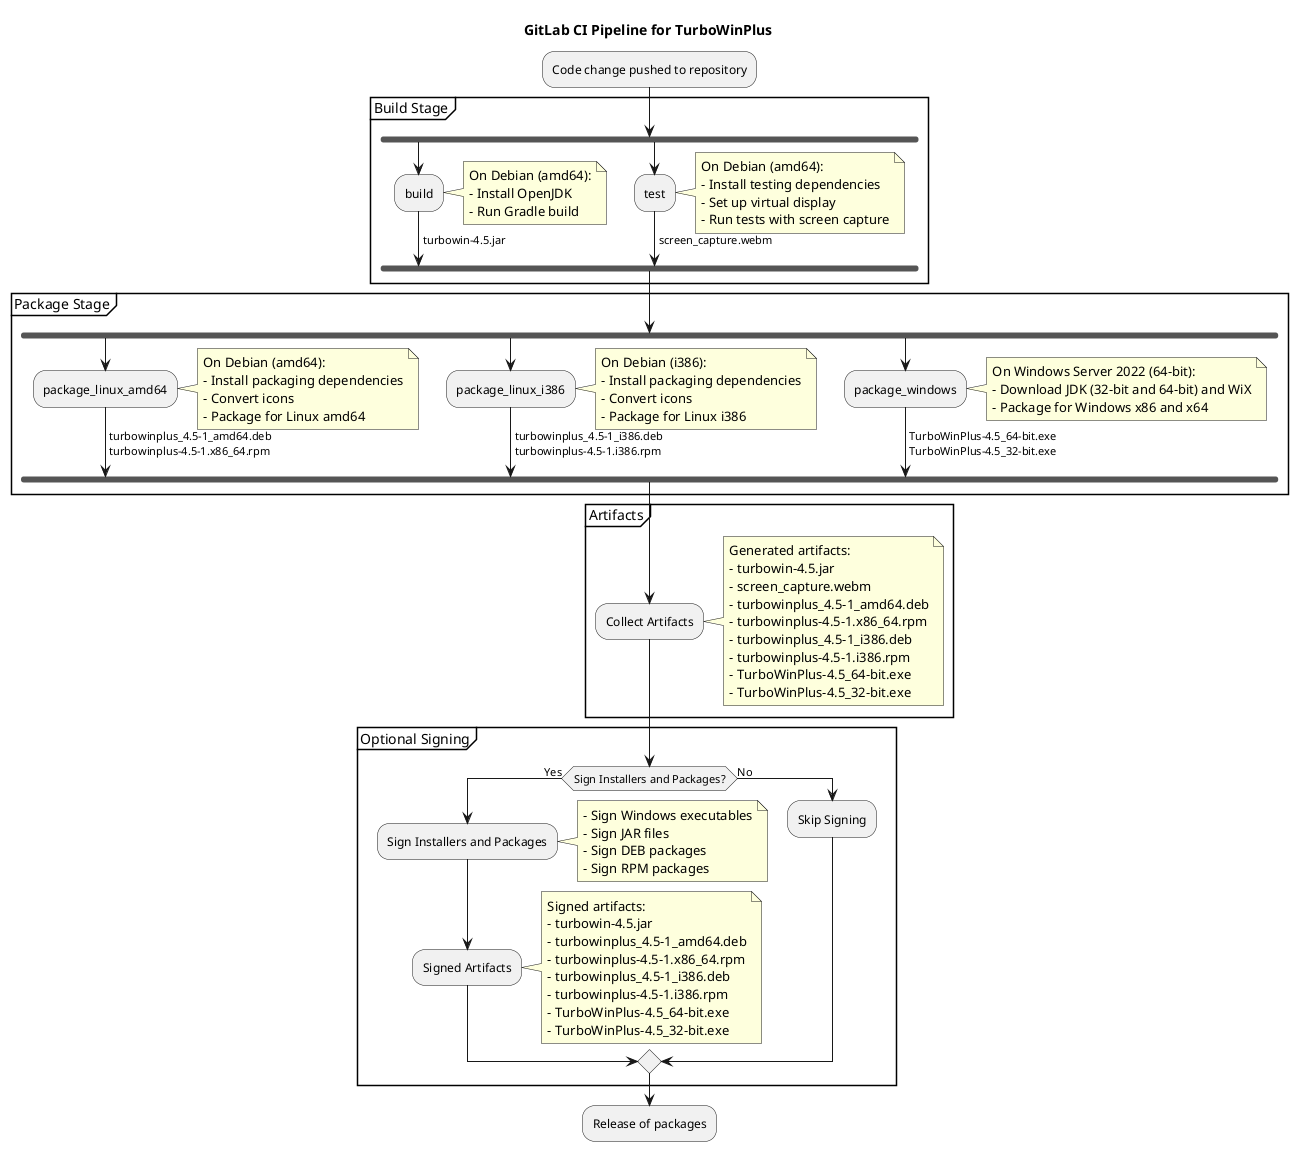
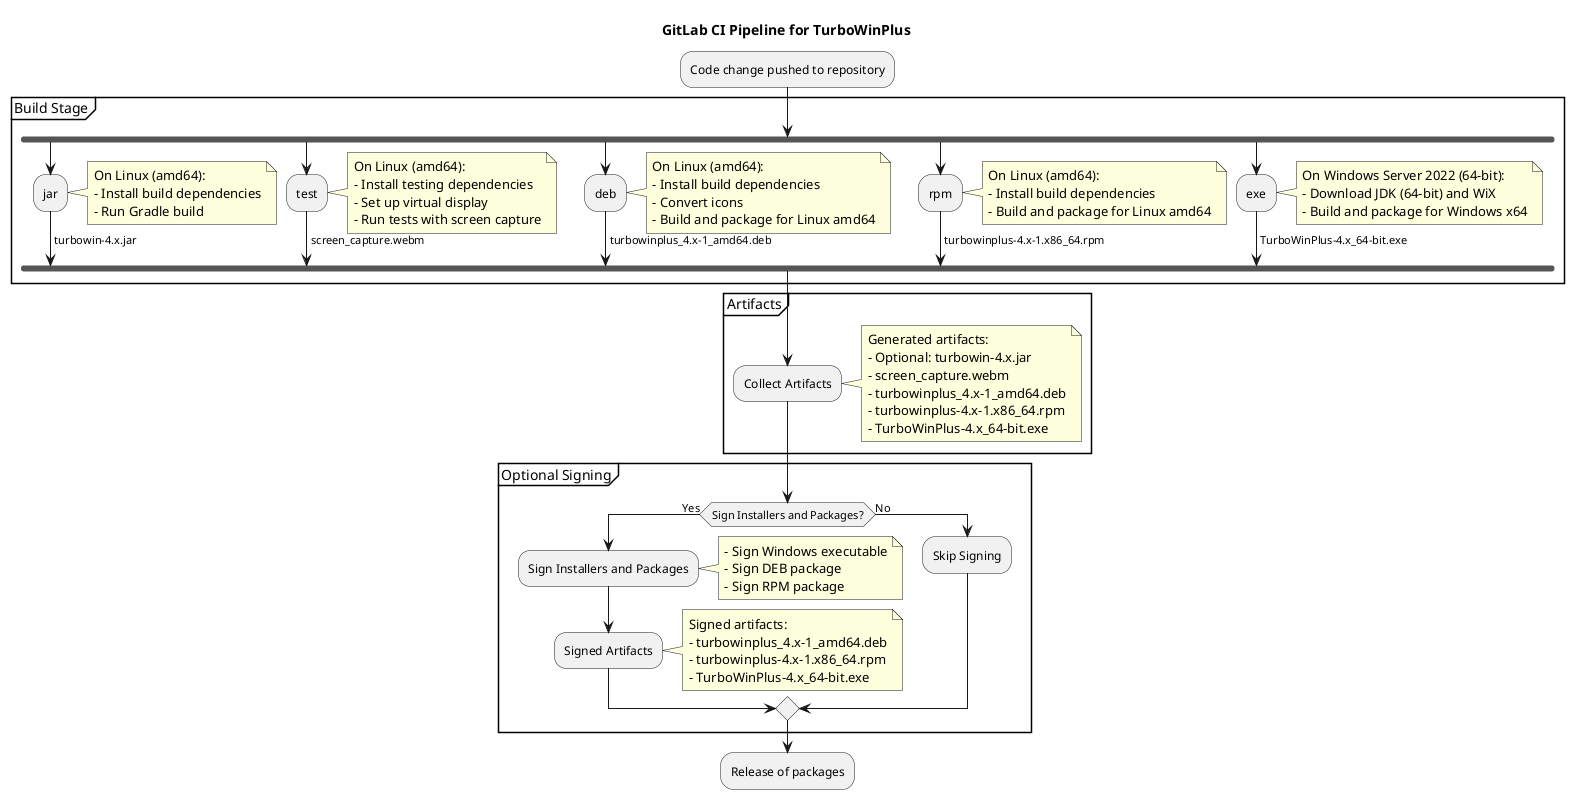
@startuml
skinparam rectangle {
    BackgroundColor<<Build Stage>> LightBlue
-     BackgroundColor<<Package Stage>> LightGreen
    BackgroundColor<<Artifacts>> LightYellow
    BackgroundColor<<Optional Signing>> LightGray
}

title GitLab CI Pipeline for TurboWinPlus

:Code change pushed to repository;

partition "Build Stage" <<Build Stage>> {
    fork
-         :build;
+         :jar;
        note right
-             On Debian (amd64):
-             - Install OpenJDK
+             On Linux (amd64):
+             - Install build dependencies
            - Run Gradle build
        end note
-         -> turbowin-4.5.jar;
+         -> turbowin-4.x.jar;
    fork again
        :test;
        note right
-             On Debian (amd64):
+             On Linux (amd64):
            - Install testing dependencies
            - Set up virtual display
            - Run tests with screen capture
        end note
        -> screen_capture.webm;
-     end fork
- }
- 
- partition "Package Stage" <<Package Stage>> {
-     fork
-         :package_linux_amd64;
+     fork again
+         :deb;
        note right
-             On Debian (amd64):
-             - Install packaging dependencies
+             On Linux (amd64):
+             - Install build dependencies
            - Convert icons
-             - Package for Linux amd64
+             - Build and package for Linux amd64
        end note
-         -> turbowinplus_4.5-1_amd64.deb
-         turbowinplus-4.5-1.x86_64.rpm;
+         -> turbowinplus_4.x-1_amd64.deb;
    fork again
-         :package_linux_i386;
+         :rpm;
        note right
-             On Debian (i386):
-             - Install packaging dependencies
-             - Convert icons
-             - Package for Linux i386
+             On Linux (amd64):
+             - Install build dependencies
+             - Build and package for Linux amd64
        end note
-         -> turbowinplus_4.5-1_i386.deb
-         turbowinplus-4.5-1.i386.rpm;
+         -> turbowinplus-4.x-1.x86_64.rpm;
    fork again
-         :package_windows;
+         :exe;
        note right
            On Windows Server 2022 (64-bit):
-             - Download JDK (32-bit and 64-bit) and WiX
-             - Package for Windows x86 and x64
+             - Download JDK (64-bit) and WiX
+             - Build and package for Windows x64
        end note
-         -> TurboWinPlus-4.5_64-bit.exe
-         TurboWinPlus-4.5_32-bit.exe;
+         -> TurboWinPlus-4.x_64-bit.exe;
    end fork
}

partition "Artifacts" <<Artifacts>> {
    :Collect Artifacts;
    note right
        Generated artifacts:
-         - turbowin-4.5.jar
+         - Optional: turbowin-4.x.jar
        - screen_capture.webm
-         - turbowinplus_4.5-1_amd64.deb
-         - turbowinplus-4.5-1.x86_64.rpm
-         - turbowinplus_4.5-1_i386.deb
-         - turbowinplus-4.5-1.i386.rpm
-         - TurboWinPlus-4.5_64-bit.exe
-         - TurboWinPlus-4.5_32-bit.exe
+         - turbowinplus_4.x-1_amd64.deb
+         - turbowinplus-4.x-1.x86_64.rpm
+         - TurboWinPlus-4.x_64-bit.exe
    end note
}

partition "Optional Signing" <<Optional Signing>> {
    if (Sign Installers and Packages?) then (Yes)
        :Sign Installers and Packages;
        note right
-             - Sign Windows executables
-             - Sign JAR files
-             - Sign DEB packages
-             - Sign RPM packages
+             - Sign Windows executable
+             - Sign DEB package
+             - Sign RPM package
        end note
        :Signed Artifacts;
        note right
            Signed artifacts:
-             - turbowin-4.5.jar
-             - turbowinplus_4.5-1_amd64.deb
-             - turbowinplus-4.5-1.x86_64.rpm
-             - turbowinplus_4.5-1_i386.deb
-             - turbowinplus-4.5-1.i386.rpm
-             - TurboWinPlus-4.5_64-bit.exe
-             - TurboWinPlus-4.5_32-bit.exe
+             - turbowinplus_4.x-1_amd64.deb
+             - turbowinplus-4.x-1.x86_64.rpm
+             - TurboWinPlus-4.x_64-bit.exe
        end note
    else (No)
        :Skip Signing;
    endif
}

:Release of packages;
@enduml
